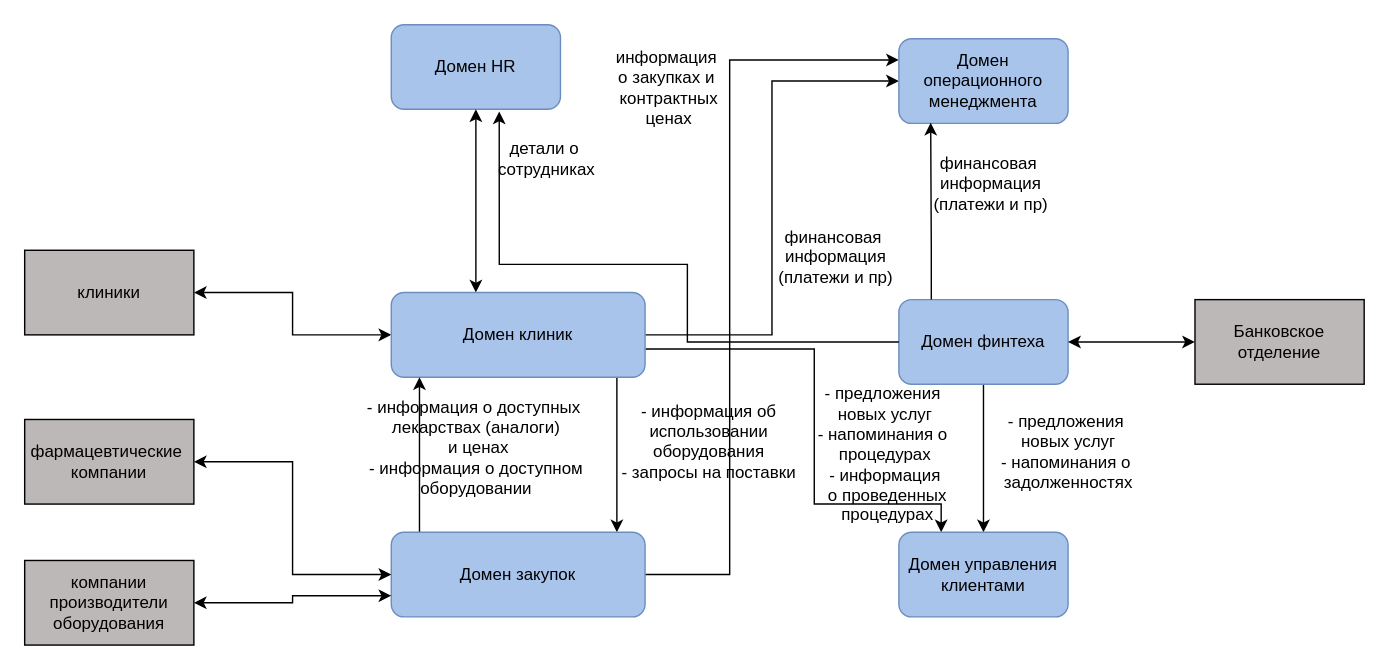
rolanave/architecture-sprint-11 keeps this draw.io diagram as Task2/DomainsDFD.drawio. Above is the earlier version. Source tidied: cells renumbered, new cells numbered last; positions are measured from the earlier drawing's top-left corner, leaving out a move shared by most shapes. Both pictures are drawn from the tidied source at 141%, with x=0, y=0 at pixel (24, 24).
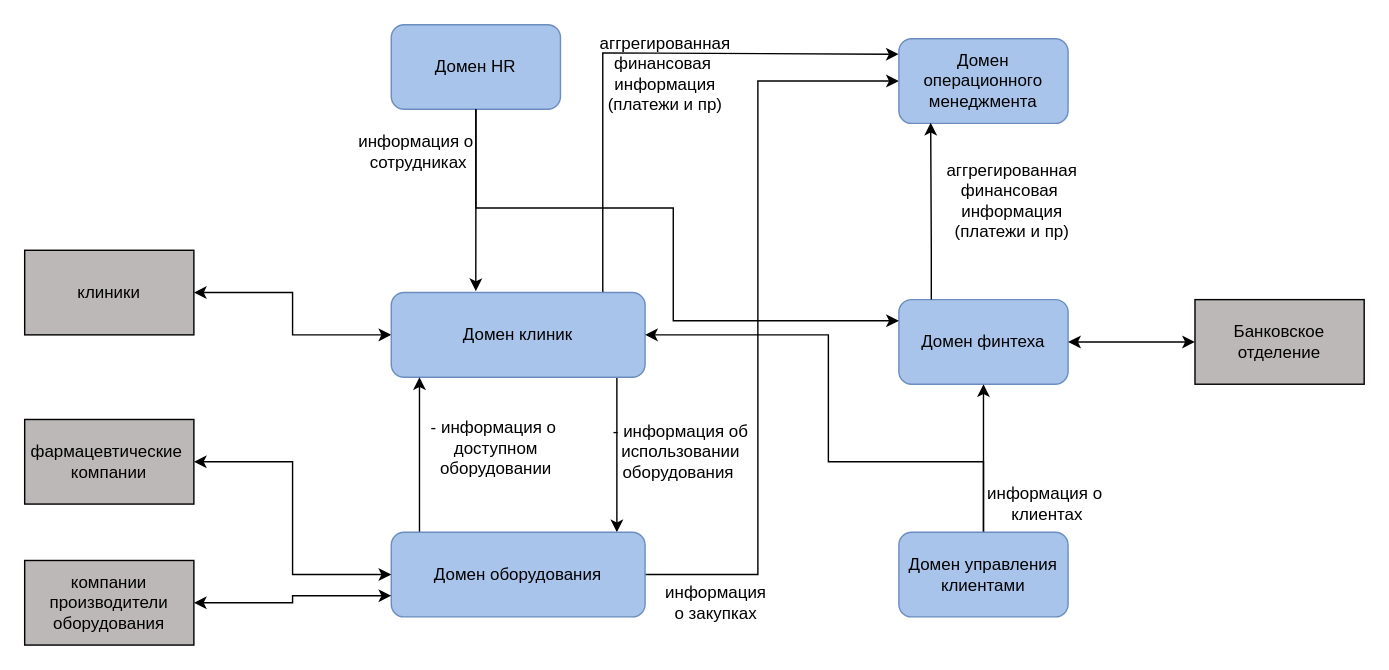
After the change.

The change refers to these unchanged cells:
```xml
<mxCell id="4" value="Домен HR" style="rounded=1;whiteSpace=wrap;html=1;strokeColor=#6c8ebf;fillColor=#A9C4EB;" parent="1" vertex="1">
  <mxGeometry x="260" width="120" height="60" as="geometry" />
</mxCell>
<mxCell id="9" value="Домен клиник" style="rounded=1;whiteSpace=wrap;html=1;strokeColor=#6c8ebf;fillColor=#A9C4EB;" parent="1" vertex="1">
  <mxGeometry x="260" y="190" width="180" height="60" as="geometry" />
</mxCell>
<mxCell id="13" value="Домен операционного менеджмента" style="rounded=1;whiteSpace=wrap;html=1;strokeColor=#6c8ebf;fillColor=#A9C4EB;" parent="1" vertex="1">
  <mxGeometry x="620" y="10" width="120" height="60" as="geometry" />
</mxCell>
<mxCell id="19" value="Домен финтеха" style="rounded=1;whiteSpace=wrap;html=1;strokeColor=#6c8ebf;fillColor=#A9C4EB;" parent="1" vertex="1">
  <mxGeometry x="620" y="195" width="120" height="60" as="geometry" />
</mxCell>
<mxCell id="20" value="Домен управления&lt;div&gt;клиентами&lt;/div&gt;" style="rounded=1;whiteSpace=wrap;html=1;strokeColor=#6c8ebf;fillColor=#A9C4EB;" parent="1" vertex="1">
  <mxGeometry x="620" y="360" width="120" height="60" as="geometry" />
</mxCell>
```

The edit, as a diff of the source:
```diff
@@
-    <mxCell id="6" style="edgeStyle=orthogonalEdgeStyle;rounded=0;jettySize=auto;html=1;startArrow=classic;startFill=1;" parent="1" edge="1" source="9" target="4">
-      <mxGeometry relative="1" as="geometry">
-        <Array as="points">
-          <mxPoint x="320" y="160" />
-          <mxPoint x="320" y="160" />
-        </Array>
-      </mxGeometry>
-    </mxCell>
-    <mxCell id="7" style="edgeStyle=orthogonalEdgeStyle;rounded=0;jettySize=auto;html=1;entryX=0;entryY=0.5;entryDx=0;entryDy=0;" parent="1" edge="1" source="9" target="13">
-      <mxGeometry relative="1" as="geometry" />
+    <mxCell id="7" style="edgeStyle=orthogonalEdgeStyle;rounded=0;jettySize=auto;html=1;entryX=-0.001;entryY=0.183;entryDx=0;entryDy=0;exitX=0.839;exitY=0;exitDx=0;exitDy=0;exitPerimeter=0;entryPerimeter=0;" parent="1" edge="1" source="9" target="13">
+      <mxGeometry relative="1" as="geometry">
+        <Array as="points">
+          <mxPoint x="410" y="190" />
+          <mxPoint x="410" y="20" />
+          <mxPoint x="620" y="20" />
+        </Array>
+      </mxGeometry>
     </mxCell>
-    <mxCell id="8" style="edgeStyle=orthogonalEdgeStyle;rounded=0;jettySize=auto;html=1;entryX=0.25;entryY=0;entryDx=0;entryDy=0;" parent="1" edge="1" source="9" target="20">
-      <mxGeometry relative="1" as="geometry">
-        <Array as="points">
-          <mxPoint x="560" y="230" />
-          <mxPoint x="560" y="340" />
-          <mxPoint x="650" y="340" />
-        </Array>
-      </mxGeometry>
-    </mxCell>
@@
-    <mxCell id="11" style="edgeStyle=orthogonalEdgeStyle;rounded=0;jettySize=auto;html=1;entryX=0;entryY=0.25;entryDx=0;entryDy=0;" parent="1" edge="1" source="12" target="13">
+    <mxCell id="11" style="edgeStyle=orthogonalEdgeStyle;rounded=0;jettySize=auto;html=1;entryX=0;entryY=0.5;entryDx=0;entryDy=0;" parent="1" edge="1" source="12" target="13">
       <mxGeometry relative="1" as="geometry">
         <Array as="points">
-          <mxPoint x="500" y="390" />
-          <mxPoint x="500" y="25" />
+          <mxPoint x="520" y="390" />
+          <mxPoint x="520" y="40" />
         </Array>
       </mxGeometry>
     </mxCell>
-    <mxCell id="12" value="Домен закупок" style="rounded=1;whiteSpace=wrap;html=1;strokeColor=#6c8ebf;fillColor=#A9C4EB;" parent="1" vertex="1">
+    <mxCell id="12" value="Домен оборудования" style="rounded=1;whiteSpace=wrap;html=1;strokeColor=#6c8ebf;fillColor=#A9C4EB;" parent="1" vertex="1">
       <mxGeometry x="260" y="360" width="180" height="60" as="geometry" />
     </mxCell>
@@
-    <mxCell id="18" style="edgeStyle=orthogonalEdgeStyle;rounded=0;jettySize=auto;html=1;" parent="1" edge="1" source="19" target="20">
-      <mxGeometry relative="1" as="geometry" />
-    </mxCell>
@@
+    <mxCell id="33" style="edgeStyle=orthogonalEdgeStyle;rounded=0;jettySize=auto;html=1;" parent="1" edge="1" source="20" target="19">
+      <mxGeometry relative="1" as="geometry" />
+    </mxCell>
+    <mxCell id="34" style="edgeStyle=orthogonalEdgeStyle;rounded=0;jettySize=auto;html=1;entryX=1;entryY=0.5;entryDx=0;entryDy=0;" parent="1" edge="1" source="20" target="9">
+      <mxGeometry relative="1" as="geometry">
+        <Array as="points">
+          <mxPoint x="680" y="310" />
+          <mxPoint x="570" y="310" />
+          <mxPoint x="570" y="220" />
+        </Array>
+      </mxGeometry>
+    </mxCell>
@@
-    <mxCell id="23" value="- информация об&lt;div&gt;&amp;nbsp;использовании&amp;nbsp;&lt;/div&gt;&lt;div&gt;оборудования&lt;/div&gt;&lt;div&gt;- запросы на поставки&lt;/div&gt;&lt;div&gt;&amp;nbsp;&lt;/div&gt;" style="text;html=1;align=center;verticalAlign=middle;strokeColor=none;fillColor=none;" parent="1" vertex="1">
-      <mxGeometry x="410" y="258" width="150" height="90" as="geometry" />
+    <mxCell id="23" value="- информация об&lt;div&gt;&amp;nbsp;использовании&amp;nbsp;&lt;/div&gt;&lt;div&gt;оборудования&lt;span style=&quot;background-color: initial;&quot;&gt;&amp;nbsp;&lt;/span&gt;&lt;/div&gt;" style="text;html=1;align=center;verticalAlign=middle;strokeColor=none;fillColor=none;" parent="1" vertex="1">
+      <mxGeometry x="405" y="273" width="120" height="60" as="geometry" />
     </mxCell>
-    <mxCell id="24" value="- информация о&amp;nbsp;&lt;span style=&quot;background-color: initial;&quot;&gt;доступных&amp;nbsp;&lt;/span&gt;&lt;div&gt;лекарствах (аналоги)&lt;/div&gt;&lt;div&gt;&amp;nbsp;и ценах&lt;/div&gt;&lt;div&gt;- информация о доступном&lt;/div&gt;&lt;div&gt;оборудовании&lt;/div&gt;" style="text;html=1;align=center;verticalAlign=middle;strokeColor=none;fillColor=none;" parent="1" vertex="1">
-      <mxGeometry x="230" y="255" width="180" height="90" as="geometry" />
+    <mxCell id="24" value="&lt;br&gt;&lt;div&gt;- информация о&amp;nbsp;&lt;/div&gt;&lt;div&gt;доступном&lt;/div&gt;&lt;div&gt;оборудовании&lt;/div&gt;" style="text;html=1;align=center;verticalAlign=middle;strokeColor=none;fillColor=none;" parent="1" vertex="1">
+      <mxGeometry x="274" y="258" width="120" height="70" as="geometry" />
     </mxCell>
-    <mxCell id="25" value="детали о&amp;nbsp;&lt;div&gt;сотрудниках&lt;/div&gt;" style="text;html=1;align=center;verticalAlign=middle;strokeColor=none;fillColor=none;" parent="1" vertex="1">
-      <mxGeometry x="320" y="75" width="100" height="40" as="geometry" />
+    <mxCell id="25" value="информация о&amp;nbsp;&lt;div&gt;сотрудниках&lt;/div&gt;" style="text;html=1;align=center;verticalAlign=middle;strokeColor=none;fillColor=none;" parent="1" vertex="1">
+      <mxGeometry x="224" y="70" width="110" height="40" as="geometry" />
     </mxCell>
-    <mxCell id="26" value="финансовая&amp;nbsp;&lt;div&gt;информация&lt;/div&gt;&lt;div&gt;(платежи и пр)&lt;/div&gt;" style="text;html=1;align=center;verticalAlign=middle;strokeColor=none;fillColor=none;" parent="1" vertex="1">
-      <mxGeometry x="520" y="135" width="110" height="60" as="geometry" />
+    <mxCell id="26" value="аггрегированная&lt;div&gt;финансовая&amp;nbsp;&lt;div&gt;информация&lt;/div&gt;&lt;div&gt;(платежи и пр)&lt;/div&gt;&lt;/div&gt;" style="text;html=1;align=center;verticalAlign=middle;strokeColor=none;fillColor=none;" parent="1" vertex="1">
+      <mxGeometry x="394" width="120" height="70" as="geometry" />
     </mxCell>
@@
-    <mxCell id="28" value="финансовая&amp;nbsp;&lt;div&gt;информация&lt;/div&gt;&lt;div&gt;(платежи и пр)&lt;/div&gt;" style="text;html=1;align=center;verticalAlign=middle;strokeColor=none;fillColor=none;" parent="1" vertex="1">
-      <mxGeometry x="630" y="83" width="110" height="60" as="geometry" />
+    <mxCell id="28" value="аггрегированная&lt;div&gt;финансовая&amp;nbsp;&lt;div&gt;информация&lt;/div&gt;&lt;div&gt;(платежи и пр)&lt;/div&gt;&lt;/div&gt;" style="text;html=1;align=center;verticalAlign=middle;strokeColor=none;fillColor=none;" parent="1" vertex="1">
+      <mxGeometry x="640" y="90" width="120" height="70" as="geometry" />
     </mxCell>
-    <mxCell id="29" value="- предложения&amp;nbsp;&lt;div&gt;новых услуг&lt;div&gt;- напоминания о&amp;nbsp;&lt;/div&gt;&lt;div&gt;задолженностях&lt;/div&gt;&lt;/div&gt;" style="text;html=1;align=center;verticalAlign=middle;strokeColor=none;fillColor=none;" parent="1" vertex="1">
-      <mxGeometry x="680" y="268" width="120" height="70" as="geometry" />
-    </mxCell>
-    <mxCell id="30" value="- предложения&amp;nbsp;&lt;div&gt;новых услуг&lt;div&gt;- напоминания о&amp;nbsp;&lt;/div&gt;&lt;div&gt;процедурах&lt;/div&gt;&lt;/div&gt;&lt;div&gt;- информация&lt;/div&gt;&lt;div&gt;&amp;nbsp;о проведенных&lt;/div&gt;&lt;div&gt;&amp;nbsp;процедурах&lt;/div&gt;" style="text;html=1;align=center;verticalAlign=middle;strokeColor=none;fillColor=none;" parent="1" vertex="1">
-      <mxGeometry x="550" y="250" width="120" height="110" as="geometry" />
-    </mxCell>
-    <mxCell id="31" value="информация&lt;div&gt;о закупках и&lt;/div&gt;&lt;div&gt;&amp;nbsp;контрактных&lt;/div&gt;&lt;div&gt;&amp;nbsp;ценах&lt;/div&gt;" style="text;html=1;align=center;verticalAlign=middle;strokeColor=none;fillColor=none;" parent="1" vertex="1">
-      <mxGeometry x="405" y="10" width="100" height="70" as="geometry" />
+    <mxCell id="31" value="информация&lt;div&gt;о закупках&lt;/div&gt;" style="text;html=1;align=center;verticalAlign=middle;strokeColor=none;fillColor=none;" parent="1" vertex="1">
+      <mxGeometry x="440" y="390" width="100" height="40" as="geometry" />
     </mxCell>
-    <mxCell id="32" style="edgeStyle=orthogonalEdgeStyle;rounded=0;jettySize=auto;html=1;entryX=0.638;entryY=1.025;entryDx=0;entryDy=0;entryPerimeter=0;exitX=0;exitY=0.5;exitDx=0;exitDy=0;" parent="1" edge="1" source="19" target="4">
-      <mxGeometry relative="1" as="geometry">
-        <Array as="points">
-          <mxPoint x="470" y="225" />
-          <mxPoint x="470" y="170" />
-          <mxPoint x="337" y="170" />
-        </Array>
-      </mxGeometry>
-    </mxCell>
+    <mxCell id="35" style="edgeStyle=orthogonalEdgeStyle;rounded=0;jettySize=auto;html=1;entryX=0.333;entryY=-0.017;entryDx=0;entryDy=0;entryPerimeter=0;" parent="1" edge="1" source="4" target="9">
+      <mxGeometry relative="1" as="geometry" />
+    </mxCell>
+    <mxCell id="36" style="edgeStyle=orthogonalEdgeStyle;rounded=0;jettySize=auto;html=1;entryX=0;entryY=0.25;entryDx=0;entryDy=0;exitX=0.5;exitY=1;exitDx=0;exitDy=0;" parent="1" edge="1" source="4" target="19">
+      <mxGeometry relative="1" as="geometry">
+        <Array as="points">
+          <mxPoint x="320" y="130" />
+          <mxPoint x="460" y="130" />
+          <mxPoint x="460" y="210" />
+        </Array>
+      </mxGeometry>
+    </mxCell>
+    <mxCell id="37" value="информация о&amp;nbsp;&lt;div&gt;клиентах&lt;/div&gt;" style="text;html=1;align=center;verticalAlign=middle;strokeColor=none;fillColor=none;" parent="1" vertex="1">
+      <mxGeometry x="670" y="320" width="110" height="40" as="geometry" />
+    </mxCell>
```
